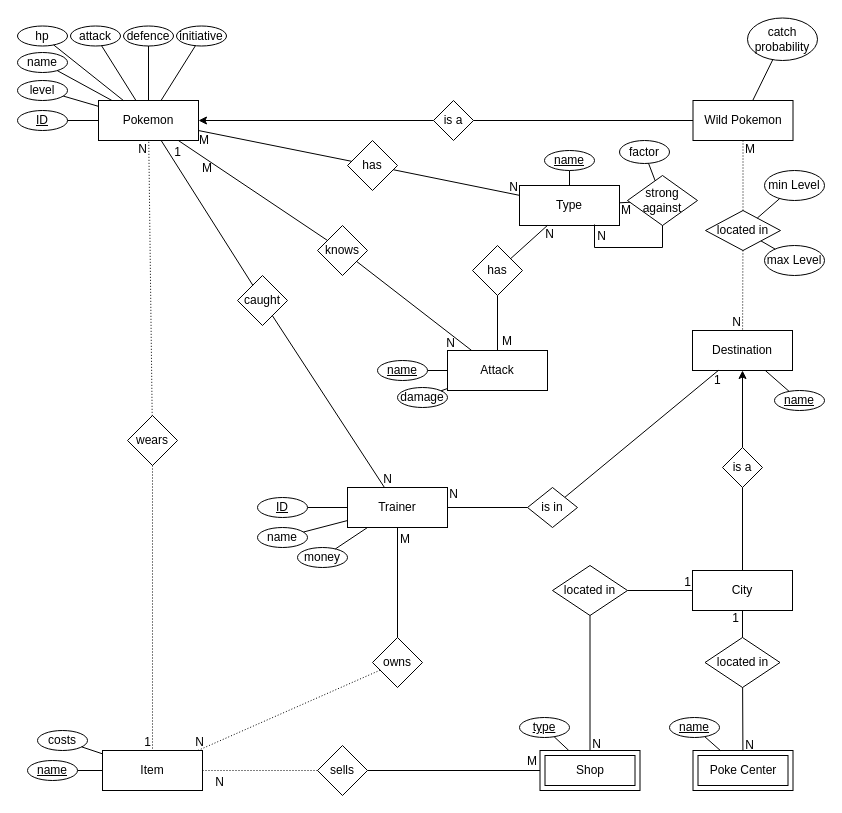
The draw.io diagram Pokemon Scuffed Gray.drawio in mypictur3esforu/Pokemon-Scuffed-Grey, before the edit. Source tidied: cells renumbered, new cells numbered last; positions are measured from the earlier drawing's top-left corner, leaving out a move shared by most shapes. Both pictures are drawn from the tidied source at 100%, with x=0, y=0 at pixel (17, 17).
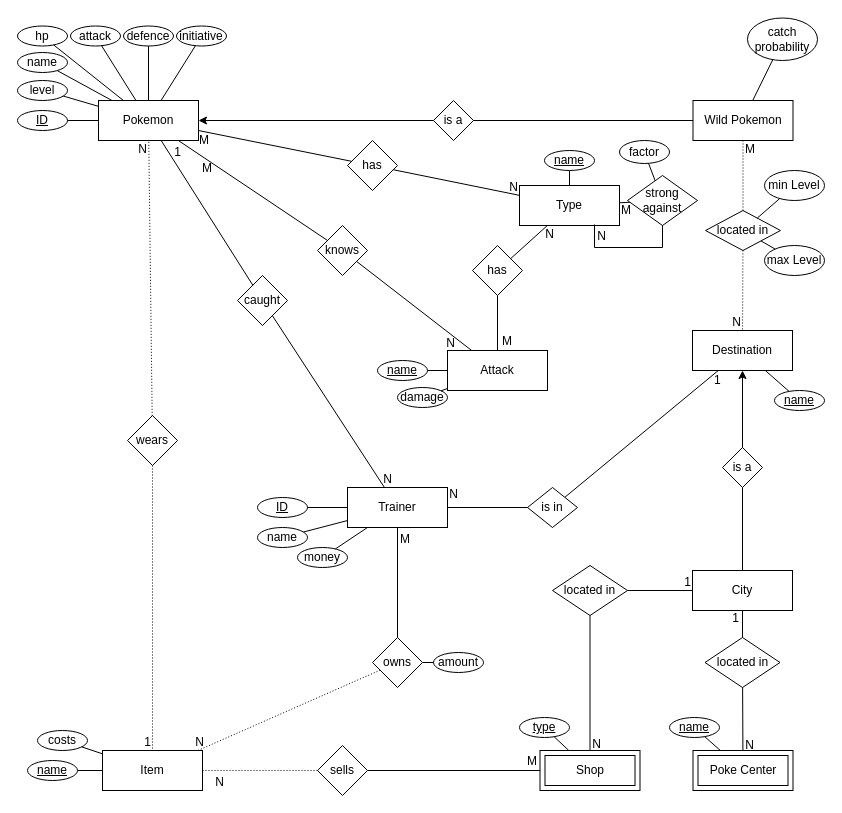
The same diagram, later.

The change refers to these unchanged cells:
```xml
<mxCell id="20" value="owns" style="shape=rhombus;perimeter=rhombusPerimeter;whiteSpace=wrap;html=1;align=center;" parent="1" vertex="1">
  <mxGeometry x="355" y="620" width="50" height="50" as="geometry" />
</mxCell>
```

The edit, as a diff of the source:
```diff
@@
+    <mxCell id="123" value="amount" style="ellipse;whiteSpace=wrap;html=1;align=center;" parent="1" vertex="1">
+      <mxGeometry x="416" y="635" width="50" height="20" as="geometry" />
+    </mxCell>
+    <mxCell id="124" style="endArrow=none;html=1;rounded=0;elbow=vertical;" parent="1" edge="1" source="123" target="20">
+      <mxGeometry relative="1" as="geometry" />
+    </mxCell>
```
